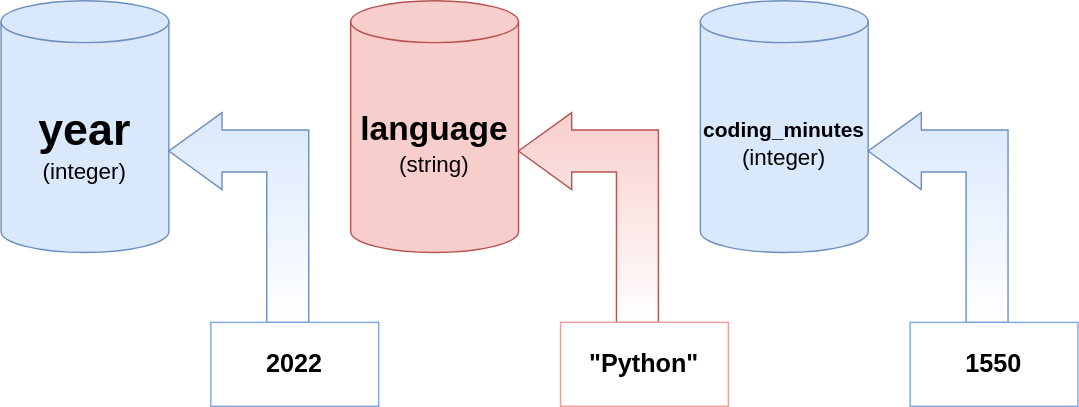
birkfl/TReND keeps this draw.io diagram as Python_Workshop2022/img/variable_assign.svg. Above is the earlier version. Source tidied: cells renumbered, new cells last; positions are measured from the earlier drawing's top-left corner, leaving out a move shared by most shapes.
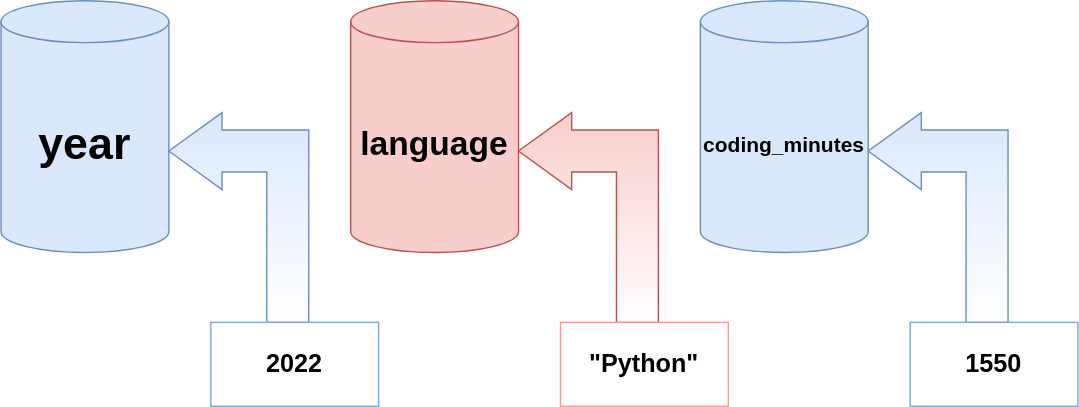
Above is the later version.

Change to the diagram source:
```diff
@@ -2,7 +2,7 @@
   <root>
     <mxCell id="0" />
     <mxCell id="1" parent="0" />
-    <mxCell id="2" value="&lt;font size=&quot;1&quot;&gt;&lt;b style=&quot;font-size: 24px;&quot;&gt;language&lt;/b&gt;&lt;/font&gt;&lt;div&gt;&lt;font size=&quot;1&quot;&gt;&lt;span style=&quot;font-size: 16px;&quot;&gt;&lt;font style=&quot;font-size: 16px;&quot;&gt;(string)&lt;/font&gt;&lt;/span&gt;&lt;b style=&quot;font-size: 18px;&quot;&gt;&lt;font style=&quot;font-size: 18px;&quot;&gt;&lt;br&gt;&lt;/font&gt;&lt;/b&gt;&lt;/font&gt;&lt;/div&gt;" style="shape=cylinder3;whiteSpace=wrap;html=1;boundedLbl=1;backgroundOutline=1;size=15;fillColor=#f8cecc;strokeColor=#b85450;" parent="1" vertex="1">
+    <mxCell id="2" value="&lt;font size=&quot;1&quot;&gt;&lt;b style=&quot;font-size: 24px;&quot;&gt;language&lt;/b&gt;&lt;/font&gt;" style="shape=cylinder3;whiteSpace=wrap;html=1;boundedLbl=1;backgroundOutline=1;size=15;fillColor=#f8cecc;strokeColor=#b85450;" parent="1" vertex="1">
       <mxGeometry x="250" width="120" height="180" as="geometry" />
     </mxCell>
     <mxCell id="3" style="html=1;shadow=0;dashed=0;align=center;verticalAlign=middle;shape=mxgraph.arrows2.bendArrow;dy=15;dx=38;notch=0;arrowHead=55;rounded=0;flipV=0;flipH=1;fillColor=#f8cecc;strokeColor=#b85450;gradientColor=#ffffff;" parent="1" vertex="1">
@@ -11,7 +11,7 @@
     <mxCell id="4" value="&lt;b&gt;&quot;Python&quot;&lt;/b&gt;" style="rounded=0;whiteSpace=wrap;html=1;fontSize=18;strokeColor=#F19C99;" parent="1" vertex="1">
       <mxGeometry x="400" y="230" width="120" height="60" as="geometry" />
     </mxCell>
-    <mxCell id="5" value="&lt;font size=&quot;1&quot;&gt;&lt;b style=&quot;font-size: 15px;&quot;&gt;coding_minutes&lt;/b&gt;&lt;/font&gt;&lt;div&gt;&lt;font size=&quot;1&quot;&gt;&lt;span style=&quot;font-size: 16px;&quot;&gt;&lt;font style=&quot;font-size: 16px;&quot;&gt;(integer)&lt;/font&gt;&lt;/span&gt;&lt;b style=&quot;font-size: 18px;&quot;&gt;&lt;font style=&quot;font-size: 18px;&quot;&gt;&lt;br&gt;&lt;/font&gt;&lt;/b&gt;&lt;/font&gt;&lt;/div&gt;" style="shape=cylinder3;whiteSpace=wrap;html=1;boundedLbl=1;backgroundOutline=1;size=15;fillColor=#dae8fc;strokeColor=#6c8ebf;gradientColor=none;" parent="1" vertex="1">
+    <mxCell id="5" value="&lt;font size=&quot;1&quot;&gt;&lt;b style=&quot;font-size: 15px;&quot;&gt;coding_minutes&lt;/b&gt;&lt;/font&gt;" style="shape=cylinder3;whiteSpace=wrap;html=1;boundedLbl=1;backgroundOutline=1;size=15;fillColor=#dae8fc;strokeColor=#6c8ebf;gradientColor=none;" parent="1" vertex="1">
       <mxGeometry x="500" width="120" height="180" as="geometry" />
     </mxCell>
     <mxCell id="6" style="html=1;shadow=0;dashed=0;align=center;verticalAlign=middle;shape=mxgraph.arrows2.bendArrow;dy=15;dx=38;notch=0;arrowHead=55;rounded=0;flipV=0;flipH=1;fillColor=#dae8fc;strokeColor=#6c8ebf;gradientColor=#ffffff;" parent="1" vertex="1">
@@ -20,7 +20,7 @@
     <mxCell id="7" value="&lt;b&gt;1550&lt;/b&gt;" style="rounded=0;whiteSpace=wrap;html=1;fontSize=18;strokeColor=#7EA6E0;" parent="1" vertex="1">
       <mxGeometry x="650" y="230" width="120" height="60" as="geometry" />
     </mxCell>
-    <mxCell id="8" value="&lt;div&gt;&lt;font size=&quot;1&quot;&gt;&lt;b&gt;&lt;font style=&quot;font-size: 32px;&quot;&gt;year&lt;/font&gt;&lt;/b&gt;&lt;/font&gt;&lt;/div&gt;&lt;div&gt;&lt;font size=&quot;1&quot;&gt;&lt;span style=&quot;font-size: 16px;&quot;&gt;&lt;font style=&quot;font-size: 16px;&quot;&gt;(integer)&lt;/font&gt;&lt;/span&gt;&lt;b style=&quot;font-size: 18px;&quot;&gt;&lt;font style=&quot;font-size: 18px;&quot;&gt;&lt;br&gt;&lt;/font&gt;&lt;/b&gt;&lt;/font&gt;&lt;/div&gt;" style="shape=cylinder3;whiteSpace=wrap;html=1;boundedLbl=1;backgroundOutline=1;size=15;fillColor=#dae8fc;strokeColor=#6c8ebf;gradientColor=none;" parent="1" vertex="1">
+    <mxCell id="8" value="&lt;div&gt;&lt;font size=&quot;1&quot;&gt;&lt;b&gt;&lt;font style=&quot;font-size: 32px;&quot;&gt;year&lt;/font&gt;&lt;/b&gt;&lt;/font&gt;&lt;/div&gt;" style="shape=cylinder3;whiteSpace=wrap;html=1;boundedLbl=1;backgroundOutline=1;size=15;fillColor=#dae8fc;strokeColor=#6c8ebf;gradientColor=none;" parent="1" vertex="1">
       <mxGeometry width="120" height="180" as="geometry" />
     </mxCell>
     <mxCell id="9" style="html=1;shadow=0;dashed=0;align=center;verticalAlign=middle;shape=mxgraph.arrows2.bendArrow;dy=15;dx=38;notch=0;arrowHead=55;rounded=0;flipV=0;flipH=1;fillColor=#dae8fc;strokeColor=#6c8ebf;gradientColor=#ffffff;" parent="1" vertex="1">
```
